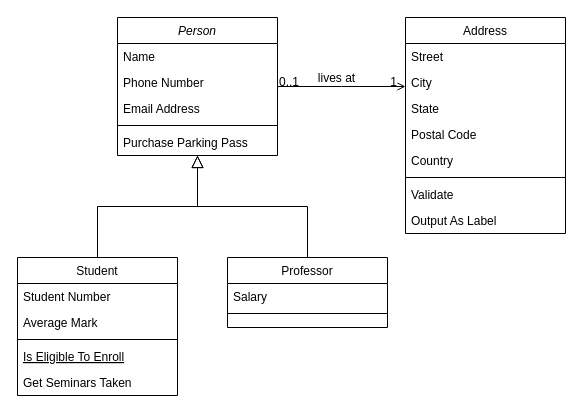
Before: Diagramma senza titolo.drawio in Lyfriss/Esercizio-C-CSV, a draw.io diagram. Source tidied: cells renumbered, new cells numbered last; positions are measured from the earlier drawing's top-left corner, leaving out a move shared by most shapes. Both pictures are drawn from the tidied source at 100%, with x=0, y=0 at pixel (17, 17).
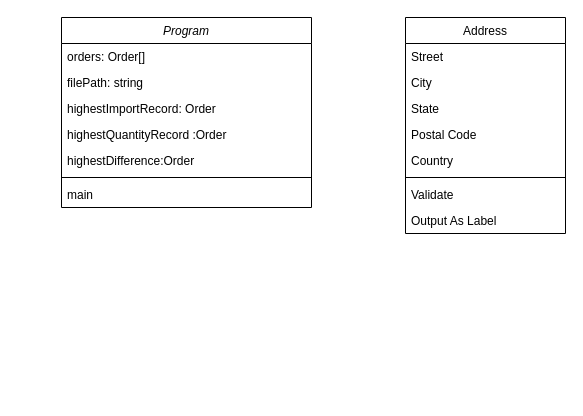
The same diagram, later.

The change refers to these unchanged cells:
```xml
<mxCell id="19" value="Address" style="swimlane;fontStyle=0;align=center;verticalAlign=top;horizontal=1;startSize=26;rounded=0;shadow=0;strokeWidth=1;" parent="1" vertex="1">
  <mxGeometry x="388" width="160" height="216" as="geometry" />
</mxCell>
```

What changed in the source:
```diff
@@
-    <mxCell id="2" value="Person" style="swimlane;fontStyle=2;align=center;verticalAlign=top;horizontal=1;startSize=26;rounded=0;shadow=0;strokeWidth=1;" parent="1" vertex="1">
-      <mxGeometry x="100" width="160" height="138" as="geometry" />
+    <mxCell id="2" value="Program" style="swimlane;fontStyle=2;align=center;verticalAlign=top;horizontal=1;startSize=26;rounded=0;shadow=0;strokeWidth=1;" parent="1" vertex="1">
+      <mxGeometry x="44" width="250" height="190" as="geometry" />
     </mxCell>
-    <mxCell id="3" value="Name" style="text;align=left;verticalAlign=top;spacingLeft=4;spacingRight=4;overflow=hidden;" parent="2" vertex="1">
-      <mxGeometry y="26" width="160" height="26" as="geometry" />
-    </mxCell>
-    <mxCell id="4" value="Phone Number" style="text;align=left;verticalAlign=top;spacingLeft=4;spacingRight=4;overflow=hidden;rounded=0;shadow=0;html=0;" parent="2" vertex="1">
-      <mxGeometry y="52" width="160" height="26" as="geometry" />
-    </mxCell>
-    <mxCell id="5" value="Email Address" style="text;align=left;verticalAlign=top;spacingLeft=4;spacingRight=4;overflow=hidden;rounded=0;shadow=0;html=0;" parent="2" vertex="1">
-      <mxGeometry y="78" width="160" height="26" as="geometry" />
-    </mxCell>
+    <mxCell id="32" value="orders: Order[]" style="text;align=left;verticalAlign=top;spacingLeft=4;spacingRight=4;overflow=hidden;" parent="2" vertex="1">
+      <mxGeometry y="26" width="250" height="26" as="geometry" />
+    </mxCell>
+    <mxCell id="33" value="filePath: string&#10;" style="text;align=left;verticalAlign=top;spacingLeft=4;spacingRight=4;overflow=hidden;" parent="2" vertex="1">
+      <mxGeometry y="52" width="250" height="26" as="geometry" />
+    </mxCell>
+    <mxCell id="34" value="highestImportRecord: Order    " style="text;align=left;verticalAlign=top;spacingLeft=4;spacingRight=4;overflow=hidden;" parent="2" vertex="1">
+      <mxGeometry y="78" width="250" height="26" as="geometry" />
+    </mxCell>
+    <mxCell id="35" value="highestQuantityRecord :Order" style="text;align=left;verticalAlign=top;spacingLeft=4;spacingRight=4;overflow=hidden;" parent="2" vertex="1">
+      <mxGeometry y="104" width="250" height="26" as="geometry" />
+    </mxCell>
+    <mxCell id="36" value="highestDifference:Order" style="text;align=left;verticalAlign=top;spacingLeft=4;spacingRight=4;overflow=hidden;" parent="2" vertex="1">
+      <mxGeometry y="130" width="250" height="26" as="geometry" />
+    </mxCell>
     <mxCell id="6" style="line;html=1;strokeWidth=1;align=left;verticalAlign=middle;spacingTop=-1;spacingLeft=3;spacingRight=3;labelPosition=right;" parent="2" vertex="1">
-      <mxGeometry y="104" width="160" height="8" as="geometry" />
+      <mxGeometry y="156" width="250" height="8" as="geometry" />
     </mxCell>
-    <mxCell id="7" value="Purchase Parking Pass" style="text;align=left;verticalAlign=top;spacingLeft=4;spacingRight=4;overflow=hidden;" parent="2" vertex="1">
-      <mxGeometry y="112" width="160" height="26" as="geometry" />
+    <mxCell id="7" value="main" style="text;align=left;verticalAlign=top;spacingLeft=4;spacingRight=4;overflow=hidden;" parent="2" vertex="1">
+      <mxGeometry y="164" width="250" height="26" as="geometry" />
     </mxCell>
-    <mxCell id="8" value="Student" style="swimlane;fontStyle=0;align=center;verticalAlign=top;horizontal=1;startSize=26;rounded=0;shadow=0;strokeWidth=1;" parent="1" vertex="1">
-      <mxGeometry y="240" width="160" height="138" as="geometry" />
-    </mxCell>
-    <mxCell id="9" value="Student Number" style="text;align=left;verticalAlign=top;spacingLeft=4;spacingRight=4;overflow=hidden;" parent="8" vertex="1">
-      <mxGeometry y="26" width="160" height="26" as="geometry" />
-    </mxCell>
-    <mxCell id="10" value="Average Mark" style="text;align=left;verticalAlign=top;spacingLeft=4;spacingRight=4;overflow=hidden;rounded=0;shadow=0;html=0;" parent="8" vertex="1">
-      <mxGeometry y="52" width="160" height="26" as="geometry" />
-    </mxCell>
-    <mxCell id="11" style="line;html=1;strokeWidth=1;align=left;verticalAlign=middle;spacingTop=-1;spacingLeft=3;spacingRight=3;labelPosition=right;" parent="8" vertex="1">
-      <mxGeometry y="78" width="160" height="8" as="geometry" />
-    </mxCell>
-    <mxCell id="12" value="Is Eligible To Enroll" style="text;align=left;verticalAlign=top;spacingLeft=4;spacingRight=4;overflow=hidden;fontStyle=4;" parent="8" vertex="1">
-      <mxGeometry y="86" width="160" height="26" as="geometry" />
-    </mxCell>
-    <mxCell id="13" value="Get Seminars Taken" style="text;align=left;verticalAlign=top;spacingLeft=4;spacingRight=4;overflow=hidden;" parent="8" vertex="1">
-      <mxGeometry y="112" width="160" height="26" as="geometry" />
-    </mxCell>
-    <mxCell id="14" style="endArrow=block;endSize=10;endFill=0;shadow=0;strokeWidth=1;rounded=0;edgeStyle=elbowEdgeStyle;elbow=vertical;" parent="1" edge="1" source="8" target="2">
-      <mxGeometry relative="1" as="geometry" />
-    </mxCell>
-    <mxCell id="15" value="Professor" style="swimlane;fontStyle=0;align=center;verticalAlign=top;horizontal=1;startSize=26;rounded=0;shadow=0;strokeWidth=1;" parent="1" vertex="1">
-      <mxGeometry x="210" y="240" width="160" height="70" as="geometry" />
-    </mxCell>
-    <mxCell id="16" value="Salary" style="text;align=left;verticalAlign=top;spacingLeft=4;spacingRight=4;overflow=hidden;" parent="15" vertex="1">
-      <mxGeometry y="26" width="160" height="26" as="geometry" />
-    </mxCell>
-    <mxCell id="17" style="line;html=1;strokeWidth=1;align=left;verticalAlign=middle;spacingTop=-1;spacingLeft=3;spacingRight=3;labelPosition=right;" parent="15" vertex="1">
-      <mxGeometry y="52" width="160" height="8" as="geometry" />
-    </mxCell>
-    <mxCell id="18" style="endArrow=block;endSize=10;endFill=0;shadow=0;strokeWidth=1;rounded=0;edgeStyle=elbowEdgeStyle;elbow=vertical;" parent="1" edge="1" source="15" target="2">
-      <mxGeometry relative="1" as="geometry" />
-    </mxCell>
@@
-    <mxCell id="28" style="endArrow=open;shadow=0;strokeWidth=1;rounded=0;endFill=1;edgeStyle=elbowEdgeStyle;elbow=vertical;" parent="1" edge="1" source="2" target="19">
-      <mxGeometry x="0.5" y="41" relative="1" as="geometry">
-        <mxPoint x="-40" y="32" as="offset" />
-      </mxGeometry>
-    </mxCell>
-    <mxCell id="29" value="0..1" style="align=left;verticalAlign=bottom;labelBackgroundColor=none;fontSize=12;" parent="28" vertex="1">
-      <mxGeometry x="-1" relative="1" as="geometry">
-        <mxPoint y="4" as="offset" />
-      </mxGeometry>
-    </mxCell>
-    <mxCell id="30" value="1" style="align=right;verticalAlign=bottom;labelBackgroundColor=none;fontSize=12;" parent="28" vertex="1">
-      <mxGeometry x="1" relative="1" as="geometry">
-        <mxPoint x="-7" y="4" as="offset" />
-      </mxGeometry>
-    </mxCell>
-    <mxCell id="31" value="lives at" style="text;html=1;align=center;verticalAlign=middle;labelBackgroundColor=none;rounded=0;shadow=0;strokeWidth=1;fontSize=12;" parent="28" vertex="1">
-      <mxGeometry x="0.5" y="49" relative="1" as="geometry">
-        <mxPoint x="-38" y="40" as="offset" />
-      </mxGeometry>
-    </mxCell>
```
